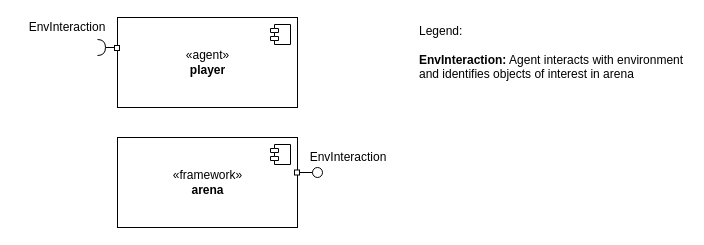
Before: page "comp_diag" (2 of 3) of Documentation/game_world_1st_draft.drawio in MARS-Group-HAW/model-mars-laser-tag-game, a draw.io diagram. Source tidied: cells renumbered, new cells numbered last; positions are measured from the earlier drawing's top-left corner, leaving out a move shared by most shapes. Both pictures are drawn from the tidied source at 100%, with x=0, y=0 at pixel (17, 17).
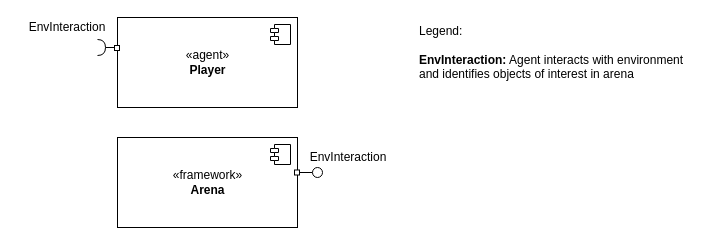
The same page after the edit.

Change to the diagram source:
```diff
@@
 <mxGraphModel>
   <root>
     <mxCell id="0" />
     <mxCell id="1" parent="0" />
-    <mxCell id="2" value="«agent»&lt;br&gt;&lt;b&gt;player&lt;/b&gt;" style="html=1;" parent="1" vertex="1">
+    <mxCell id="2" value="«agent»&lt;br&gt;&lt;b&gt;Player&lt;/b&gt;" style="html=1;" parent="1" vertex="1">
       <mxGeometry x="100" width="180" height="90" as="geometry" />
     </mxCell>
     <mxCell id="3" style="shape=component;jettyWidth=8;jettyHeight=4;" parent="2" vertex="1">
       <mxGeometry x="1" width="20" height="20" relative="1" as="geometry">
         <mxPoint x="-27" y="7" as="offset" />
       </mxGeometry>
     </mxCell>
     <mxCell id="4" style="rounded=0;orthogonalLoop=1;jettySize=auto;html=1;endArrow=halfCircle;endFill=0;entryX=0.5;entryY=0.5;entryDx=0;entryDy=0;endSize=6;strokeWidth=1;" parent="1" edge="1">
       <mxGeometry relative="1" as="geometry">
         <mxPoint x="100" y="30" as="sourcePoint" />
         <mxPoint x="80" y="30" as="targetPoint" />
       </mxGeometry>
     </mxCell>
     <mxCell id="5" value="EnvInteraction" style="text;html=1;strokeColor=none;fillColor=none;align=center;verticalAlign=middle;whiteSpace=wrap;rounded=0;" parent="1" vertex="1">
       <mxGeometry width="100" height="20" as="geometry" />
     </mxCell>
     <mxCell id="6" style="whiteSpace=wrap;html=1;" parent="1" vertex="1">
       <mxGeometry x="97" y="28" width="5" height="5" as="geometry" />
     </mxCell>
-    <mxCell id="7" value="«framework»&lt;br&gt;&lt;b&gt;arena&lt;/b&gt;" style="html=1;" parent="1" vertex="1">
+    <mxCell id="7" value="«framework»&lt;br&gt;&lt;b&gt;Arena&lt;/b&gt;" style="html=1;" parent="1" vertex="1">
       <mxGeometry x="100" y="120" width="180" height="90" as="geometry" />
     </mxCell>
     <mxCell id="8" style="shape=component;jettyWidth=8;jettyHeight=4;" parent="7" vertex="1">
       <mxGeometry x="1" width="20" height="20" relative="1" as="geometry">
         <mxPoint x="-27" y="7" as="offset" />
       </mxGeometry>
     </mxCell>
     <mxCell id="9" style="rounded=0;orthogonalLoop=1;jettySize=auto;html=1;endArrow=none;endFill=0;" parent="1" edge="1">
       <mxGeometry relative="1" as="geometry">
         <mxPoint x="282" y="195" as="sourcePoint" />
         <mxPoint x="282" y="195" as="targetPoint" />
       </mxGeometry>
     </mxCell>
     <mxCell id="10" style="rounded=0;jettySize=auto;html=1;endArrow=none;endFill=0;" parent="1" edge="1" target="11">
       <mxGeometry relative="1" as="geometry">
         <mxPoint x="282" y="155" as="sourcePoint" />
       </mxGeometry>
     </mxCell>
     <mxCell id="11" style="ellipse;whiteSpace=wrap;html=1;fontFamily=Helvetica;fontSize=12;fontColor=#000000;align=center;strokeColor=#000000;fillColor=#ffffff;points=[];" parent="1" vertex="1">
       <mxGeometry x="295" y="150" width="10" height="10" as="geometry" />
     </mxCell>
     <mxCell id="12" style="whiteSpace=wrap;html=1;" parent="1" vertex="1">
       <mxGeometry x="277" y="152.5" width="5" height="5" as="geometry" />
     </mxCell>
     <mxCell id="13" value="EnvInteraction" style="text;html=1;strokeColor=none;fillColor=none;align=center;verticalAlign=middle;whiteSpace=wrap;rounded=0;" parent="1" vertex="1">
       <mxGeometry x="282" y="130" width="98" height="20" as="geometry" />
     </mxCell>
     <mxCell id="14" value="&lt;div align=&quot;left&quot;&gt;Legend:&lt;/div&gt;&lt;div align=&quot;left&quot;&gt;&lt;br&gt;&lt;/div&gt;&lt;div align=&quot;left&quot;&gt;&lt;b&gt;EnvInteraction:&lt;/b&gt; Agent interacts with environment and identifies objects of interest in arena&lt;br&gt;&lt;/div&gt;" style="text;html=1;strokeColor=none;fillColor=none;align=left;verticalAlign=middle;whiteSpace=wrap;rounded=0;" parent="1" vertex="1">
       <mxGeometry x="400" y="0.5" width="270" height="69.5" as="geometry" />
     </mxCell>
   </root>
 </mxGraphModel>
```
